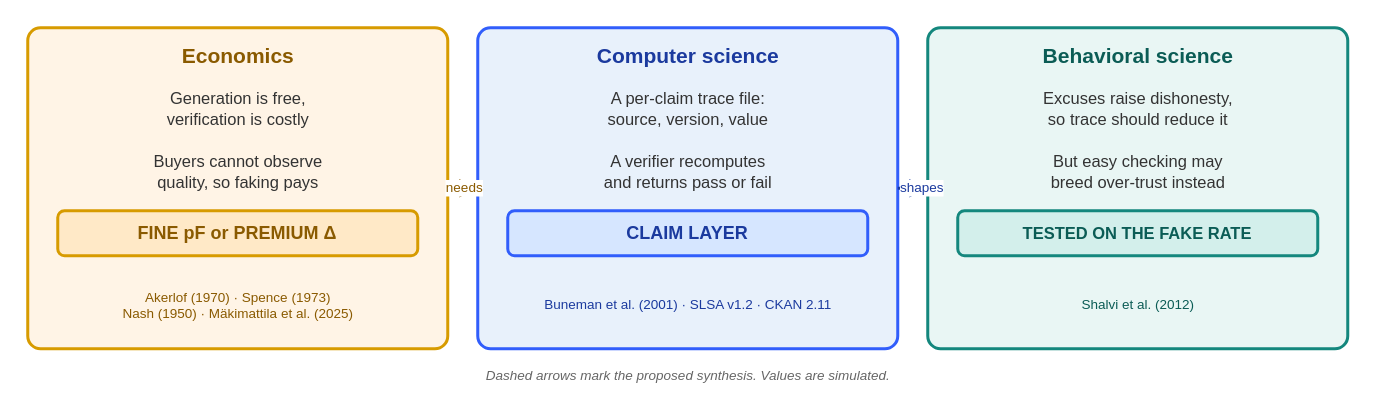
Earlier version of the draw.io diagram figures/ps1_teaser.drawio (peterhe0616-sketch/PS1-Zhengjun). Source tidied: cells renumbered, new cells numbered last; positions are measured from the earlier drawing's top-left corner, leaving out a move shared by most shapes. Both pictures are drawn from the tidied source at 150%, with x=0, y=0 at pixel (27, 27).
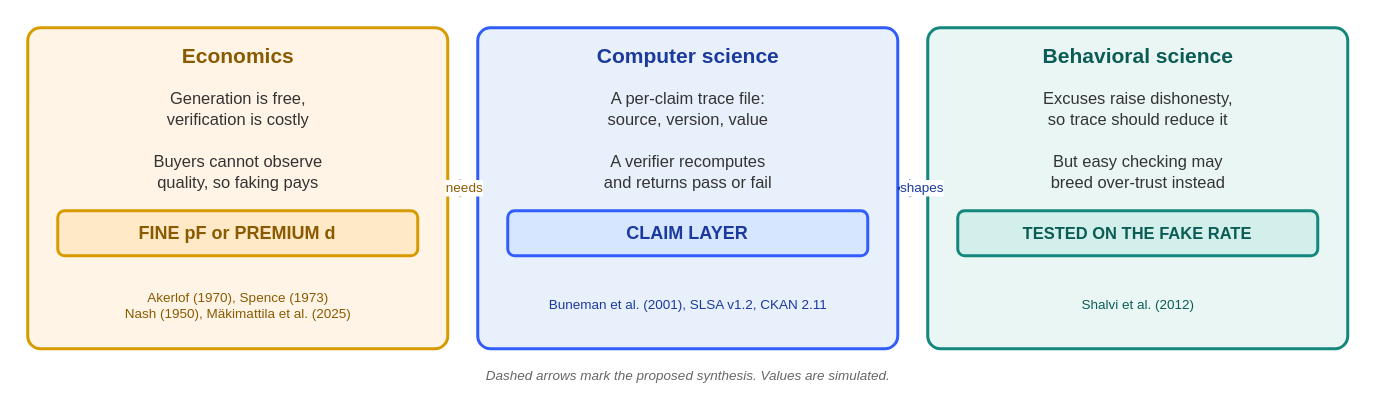
After the change.

Commit message (it also covers changes not shown here):
Fix the question marks and scrambled labels in Figure 1

Diff of the diagram source:
```diff
@@
-    <mxCell id="6" value="FINE pF    or    PREMIUM Δ" style="rounded=1;whiteSpace=wrap;html=1;fillColor=#FFE9C7;strokeColor=#D79B00;strokeWidth=2;fontSize=12;fontStyle=1;fontColor=#8A5A00;" parent="1" vertex="1">
+    <mxCell id="6" value="FINE pF    or    PREMIUM d" style="rounded=1;whiteSpace=wrap;html=1;fillColor=#FFE9C7;strokeColor=#D79B00;strokeWidth=2;fontSize=12;fontStyle=1;fontColor=#8A5A00;" parent="1" vertex="1">
       <mxGeometry x="20" y="122" width="240" height="30" as="geometry" />
     </mxCell>
-    <mxCell id="7" value="Akerlof (1970) · Spence (1973)&#10;Nash (1950) · Mäkimattila et al. (2025)" style="text;html=1;align=center;verticalAlign=middle;fontSize=9;fontColor=#8A5A00;" parent="1" vertex="1">
+    <mxCell id="7" value="Akerlof (1970), Spence (1973)&#10;Nash (1950), Mäkimattila et al. (2025)" style="text;html=1;align=center;verticalAlign=middle;fontSize=9;fontColor=#8A5A00;" parent="1" vertex="1">
       <mxGeometry x="5" y="168" width="270" height="34" as="geometry" />
     </mxCell>
@@
-    <mxCell id="13" value="Buneman et al. (2001) · SLSA v1.2 · CKAN 2.11" style="text;html=1;align=center;verticalAlign=middle;fontSize=9;fontColor=#1B3A9E;" parent="1" vertex="1">
+    <mxCell id="13" value="Buneman et al. (2001), SLSA v1.2, CKAN 2.11" style="text;html=1;align=center;verticalAlign=middle;fontSize=9;fontColor=#1B3A9E;" parent="1" vertex="1">
       <mxGeometry x="305" y="168" width="270" height="34" as="geometry" />
     </mxCell>
```
